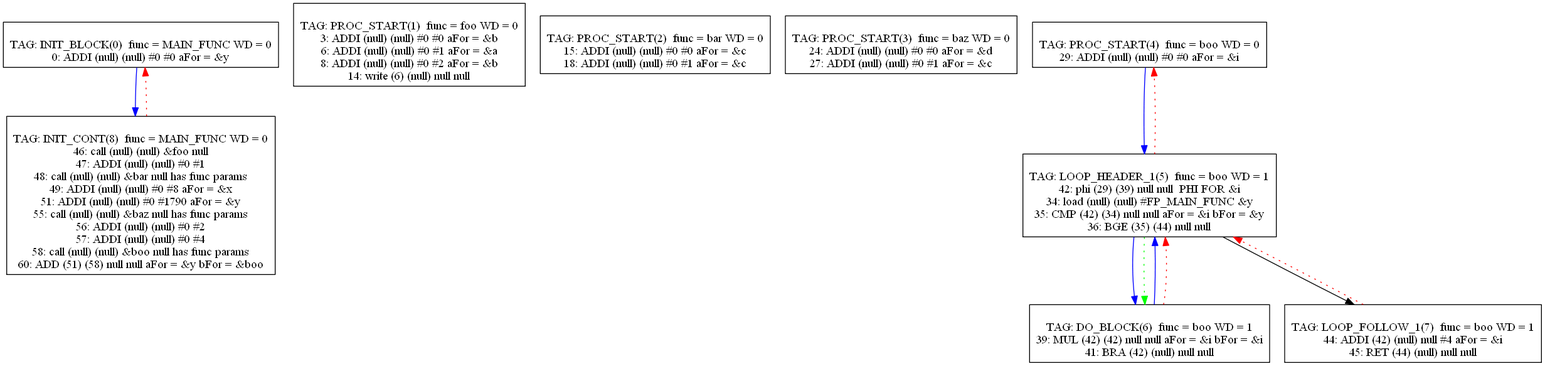
This is Compiler/16graph.png from mbajaj92/Project-Astoria, a Graphviz export, as it was before one commit. Its source is kept beside it as Compiler/16graph.dot.
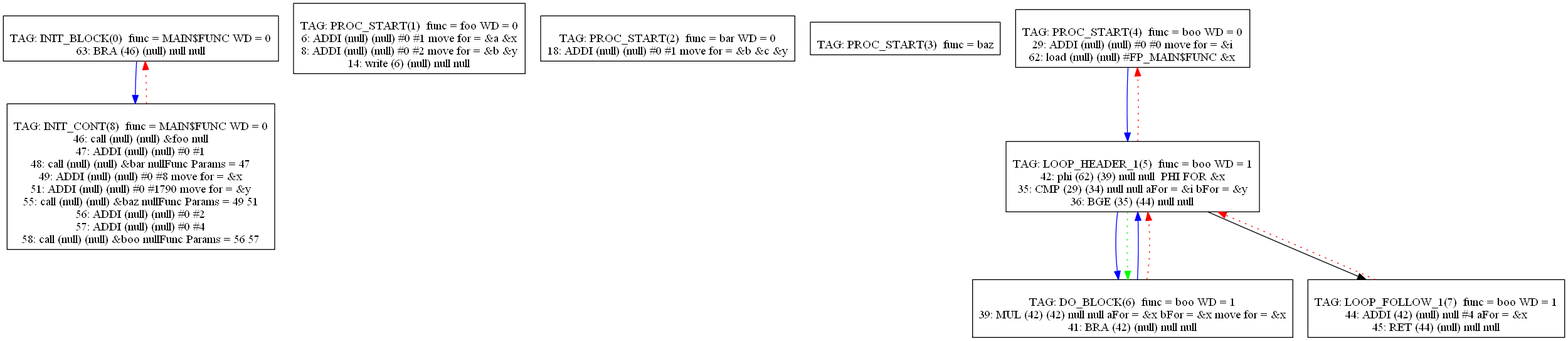
Later version of the same file.

Change to the diagram source:
```diff
@@ -1,41 +1,37 @@
 digraph {
 0[label="
-TAG: INIT_BLOCK(0)  func = MAIN_FUNC WD = 0
-0: ADDI (null) (null) #0 #0 aFor = &y
+TAG: INIT_BLOCK(0)  func = MAIN$FUNC WD = 0
+63: BRA (46) (null) null null
 "];
 0[shape=box];
 0 -> 8[color=blue]
 1[label="
 TAG: PROC_START(1)  func = foo WD = 0
-3: ADDI (null) (null) #0 #0 aFor = &b
-6: ADDI (null) (null) #0 #1 aFor = &a
-8: ADDI (null) (null) #0 #2 aFor = &b
+6: ADDI (null) (null) #0 #1 move for = &a &x
+8: ADDI (null) (null) #0 #2 move for = &b &y
 14: write (6) (null) null null
 "];
 1[shape=box];
 2[label="
 TAG: PROC_START(2)  func = bar WD = 0
-15: ADDI (null) (null) #0 #0 aFor = &c
-18: ADDI (null) (null) #0 #1 aFor = &c
+18: ADDI (null) (null) #0 #1 move for = &b &c &y
 "];
 2[shape=box];
 3[label="
-TAG: PROC_START(3)  func = baz WD = 0
-24: ADDI (null) (null) #0 #0 aFor = &d
-27: ADDI (null) (null) #0 #1 aFor = &c
+TAG: PROC_START(3)  func = baz
 "];
 3[shape=box];
 4[label="
 TAG: PROC_START(4)  func = boo WD = 0
-29: ADDI (null) (null) #0 #0 aFor = &i
+29: ADDI (null) (null) #0 #0 move for = &i
+62: load (null) (null) #FP_MAIN$FUNC &x
 "];
 4[shape=box];
 4 -> 5[color=blue]
 5[label="
 TAG: LOOP_HEADER_1(5)  func = boo WD = 1
-42: phi (29) (39) null null  PHI FOR &i
-34: load (null) (null) #FP_MAIN_FUNC &y
-35: CMP (42) (34) null null aFor = &i bFor = &y
+42: phi (62) (39) null null  PHI FOR &x
+35: CMP (29) (34) null null aFor = &i bFor = &y
 36: BGE (35) (44) null null
 "];
 5[shape=box];
@@ -45,7 +41,7 @@
 5 -> 6[color=green][style=dotted]
 6[label="
 TAG: DO_BLOCK(6)  func = boo WD = 1
-39: MUL (42) (42) null null aFor = &i bFor = &i
+39: MUL (42) (42) null null aFor = &x bFor = &x move for = &x
 41: BRA (42) (null) null null
 "];
 6[shape=box];
@@ -53,23 +49,22 @@
 6 -> 5[color=red][style=dotted]
 7[label="
 TAG: LOOP_FOLLOW_1(7)  func = boo WD = 1
-44: ADDI (42) (null) null #4 aFor = &i
+44: ADDI (42) (null) null #4 aFor = &x
 45: RET (44) (null) null null
 "];
 7[shape=box];
 7 -> 5[color=red][style=dotted]
 8[label="
-TAG: INIT_CONT(8)  func = MAIN_FUNC WD = 0
+TAG: INIT_CONT(8)  func = MAIN$FUNC WD = 0
 46: call (null) (null) &foo null
 47: ADDI (null) (null) #0 #1
-48: call (null) (null) &bar null has func params
-49: ADDI (null) (null) #0 #8 aFor = &x
-51: ADDI (null) (null) #0 #1790 aFor = &y
-55: call (null) (null) &baz null has func params
+48: call (null) (null) &bar nullFunc Params = 47
+49: ADDI (null) (null) #0 #8 move for = &x
+51: ADDI (null) (null) #0 #1790 move for = &y
+55: call (null) (null) &baz nullFunc Params = 49 51
 56: ADDI (null) (null) #0 #2
 57: ADDI (null) (null) #0 #4
-58: call (null) (null) &boo null has func params
-60: ADD (51) (58) null null aFor = &y bFor = &boo
+58: call (null) (null) &boo nullFunc Params = 56 57
 "];
 8[shape=box];
 8 -> 0[color=red][style=dotted]
```
